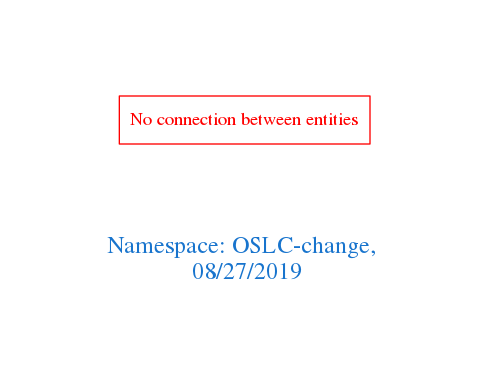
Earlier version of the Graphviz export downloads/OSLC-change.png (arago/OGIT). Its source is kept beside it as downloads/OSLC-change.dot.
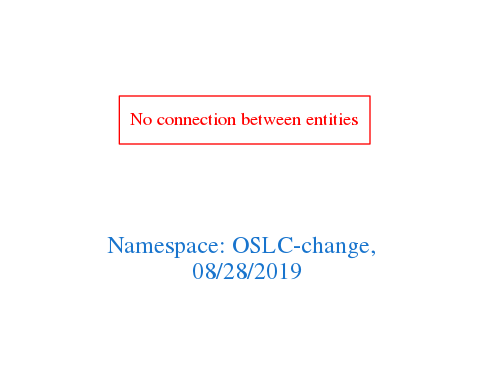
After the commit.

Diff of the diagram source:
```diff
@@ -1,7 +1,7 @@
 digraph OGIT_ontology {
  graph [ rankdir= LR,pad=1
 fontsize = 18,
-fontcolor= dodgerblue3,label = "\n\n\nNamespace: OSLC-change, \n 08/27/2019"];
+fontcolor= dodgerblue3,label = "\n\n\nNamespace: OSLC-change, \n 08/28/2019"];
 node[shape=polygon];
 edge [  color="gray81"];
 
```
